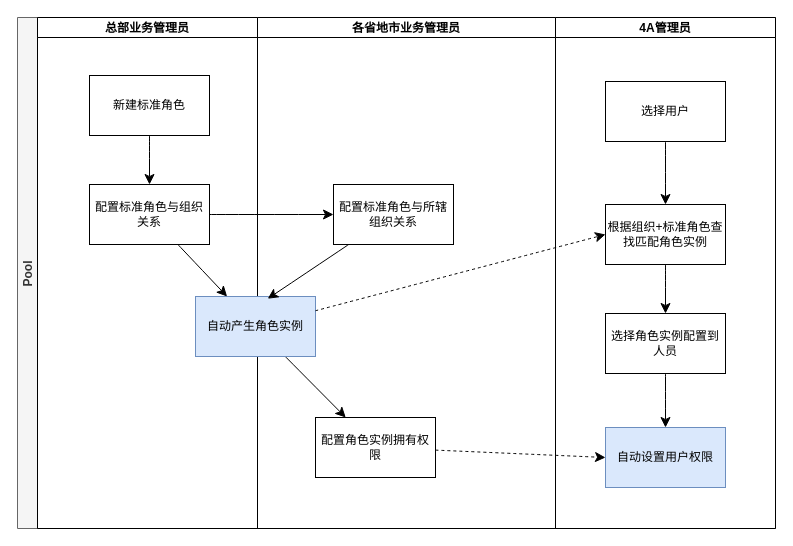
Before: page "标准角色新增流程" (3 of 5) of 铁塔4A2025.drawio in 158698706/tt4a, a draw.io diagram. Source tidied: cells renumbered, new cells numbered last; positions are measured from the earlier drawing's top-left corner, leaving out a move shared by most shapes. Both pictures are drawn from the tidied source at 100%, with x=0, y=0 at pixel (17, 17).
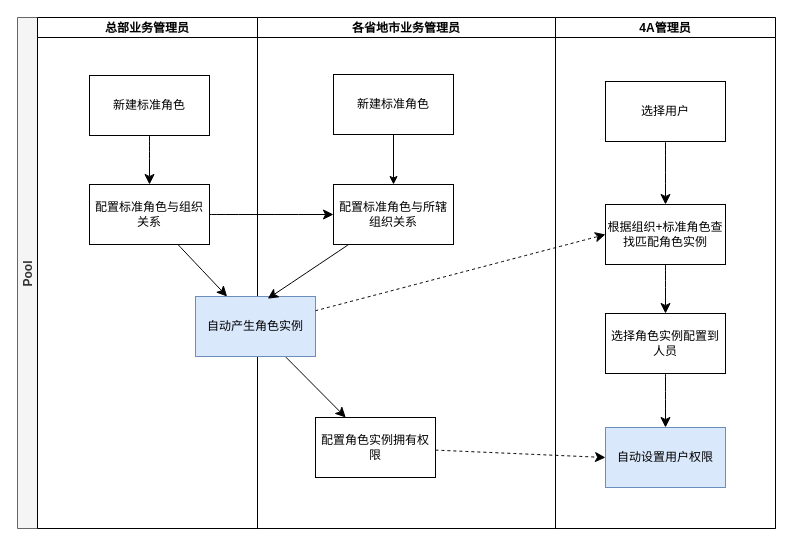
After the change.

Unchanged cells that the change refers to:
```xml
<mxCell id="7" value="各省地市业务管理员" style="swimlane;startSize=20;" parent="2" vertex="1">
  <mxGeometry x="240" width="298" height="511" as="geometry" />
</mxCell>
<mxCell id="8" value="&lt;span style=&quot;color: rgb(0, 0, 0);&quot;&gt;配置标准角色与所辖组织关系&lt;/span&gt;" style="rounded=0;whiteSpace=wrap;html=1;" parent="7" vertex="1">
  <mxGeometry x="76" y="167" width="120" height="60" as="geometry" />
</mxCell>
```

What changed in the source:
```diff
@@
+    <mxCell id="25" style="edgeStyle=orthogonalEdgeStyle;rounded=0;jettySize=auto;html=1;entryX=0.5;entryY=0;entryDx=0;entryDy=0;" parent="7" edge="1" source="26" target="8">
+      <mxGeometry relative="1" as="geometry" />
+    </mxCell>
+    <mxCell id="26" value="新建标准角色" style="rounded=0;whiteSpace=wrap;html=1;" parent="7" vertex="1">
+      <mxGeometry x="76" y="57" width="120" height="60" as="geometry" />
+    </mxCell>
```
